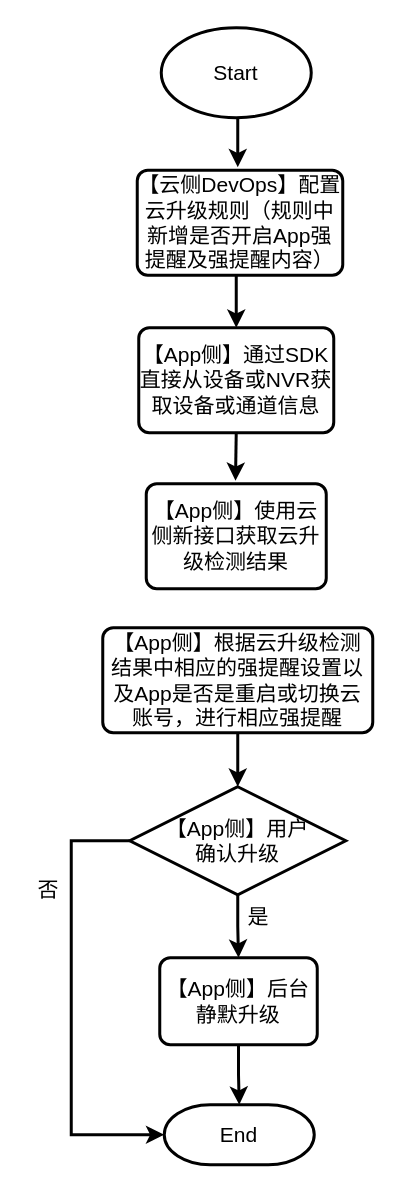
HuaHero/OnLineFaq keeps this draw.io diagram as App强升级提醒归一到升级规则方案流程图-Op5--对比.drawio. Above is the earlier version. Source tidied: cells renumbered, new cells numbered last; positions are measured from the earlier drawing's top-left corner, leaving out a move shared by most shapes. Both pictures are drawn from the tidied source at 150%, with x=0, y=0 at pixel (26, 27).
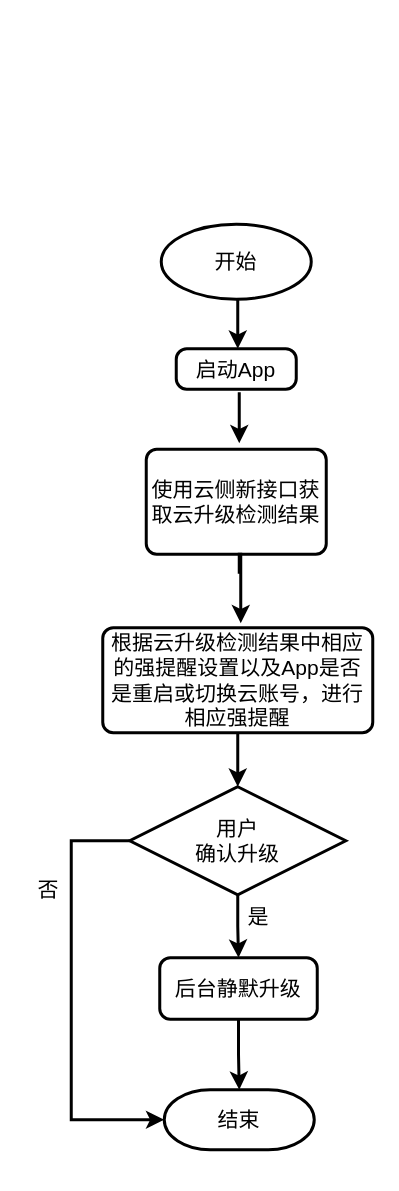
The same page after the edit.

Commit message:
更新App强升级提醒归一到升级规则方案流程图-Op5--对比.drawio

The edit, as a diff of the source:
```diff
@@
     <mxCell id="2" style="edgeStyle=orthogonalEdgeStyle;rounded=0;jettySize=auto;html=1;exitX=0.5;exitY=1;exitDx=0;exitDy=0;exitPerimeter=0;entryX=0.5;entryY=0;entryDx=0;entryDy=0;fontSize=14;strokeWidth=2;" parent="1" edge="1" source="3">
       <mxGeometry relative="1" as="geometry">
-        <mxPoint x="141" y="93" as="targetPoint" />
+        <mxPoint x="141" y="214" as="targetPoint" />
       </mxGeometry>
     </mxCell>
-    <mxCell id="3" value="Start" style="strokeWidth=2;html=1;shape=mxgraph.flowchart.start_1;whiteSpace=wrap;fontSize=14;" parent="1" vertex="1">
-      <mxGeometry x="90" width="100" height="60" as="geometry" />
+    <mxCell id="3" value="开始" style="strokeWidth=2;html=1;shape=mxgraph.flowchart.start_1;whiteSpace=wrap;fontSize=14;" parent="1" vertex="1">
+      <mxGeometry x="90" y="131" width="100" height="50" as="geometry" />
     </mxCell>
-    <mxCell id="4" value="【App侧】使用云侧新接口获取云升级检测结果" style="rounded=1;whiteSpace=wrap;html=1;absoluteArcSize=1;arcSize=14;strokeWidth=2;fontSize=14;" parent="1" vertex="1">
-      <mxGeometry x="80" y="304" width="120" height="70" as="geometry" />
+    <mxCell id="4" value="使用云侧新接口获取云升级检测结果" style="rounded=1;whiteSpace=wrap;html=1;absoluteArcSize=1;arcSize=14;strokeWidth=2;fontSize=14;" parent="1" vertex="1">
+      <mxGeometry x="80" y="281" width="120" height="70" as="geometry" />
     </mxCell>
-    <mxCell id="5" style="edgeStyle=orthogonalEdgeStyle;rounded=0;orthogonalLoop=1;jettySize=auto;html=1;exitX=0.5;exitY=1;exitDx=0;exitDy=0;exitPerimeter=0;entryX=0.5;entryY=0;entryDx=0;entryDy=0;entryPerimeter=0;fontSize=14;strokeWidth=2;" parent="1" edge="1">
-      <mxGeometry relative="1" as="geometry">
-        <mxPoint x="140" y="269" as="sourcePoint" />
-        <mxPoint x="139.5" y="302" as="targetPoint" />
-      </mxGeometry>
-    </mxCell>
-    <mxCell id="6" value="【App侧】根据云升级检测结果中相应的强提醒设置以及App是否是重启或切换云账号，进行相应强提醒" style="rounded=1;whiteSpace=wrap;html=1;absoluteArcSize=1;arcSize=14;strokeWidth=2;fontSize=14;" parent="1" vertex="1">
+    <mxCell id="6" value="根据云升级检测结果中相应的强提醒设置以及App是否是重启或切换云账号，进行相应强提醒" style="rounded=1;whiteSpace=wrap;html=1;absoluteArcSize=1;arcSize=14;strokeWidth=2;fontSize=14;" parent="1" vertex="1">
       <mxGeometry x="51" y="400" width="180" height="70" as="geometry" />
     </mxCell>
-    <mxCell id="7" style="edgeStyle=orthogonalEdgeStyle;rounded=0;orthogonalLoop=1;jettySize=auto;html=1;exitX=0.5;exitY=1;exitDx=0;exitDy=0;entryX=0.5;entryY=0;entryDx=0;entryDy=0;entryPerimeter=0;fontSize=14;strokeWidth=2;" parent="1" edge="1">
-      <mxGeometry relative="1" as="geometry">
-        <mxPoint x="141" y="163" as="sourcePoint" />
-        <mxPoint x="140" y="200" as="targetPoint" />
-      </mxGeometry>
-    </mxCell>
@@
-    <mxCell id="9" value="【App侧】用户&lt;div style=&quot;font-size: 14px;&quot;&gt;确认升级&lt;/div&gt;" style="strokeWidth=2;html=1;shape=mxgraph.flowchart.decision;whiteSpace=wrap;fontSize=14;" parent="1" vertex="1">
+    <mxCell id="9" value="用户&lt;div style=&quot;font-size: 14px;&quot;&gt;确认升级&lt;/div&gt;" style="strokeWidth=2;html=1;shape=mxgraph.flowchart.decision;whiteSpace=wrap;fontSize=14;" parent="1" vertex="1">
       <mxGeometry x="69" y="506" width="144" height="72" as="geometry" />
     </mxCell>
-    <mxCell id="10" value="End" style="strokeWidth=2;html=1;shape=mxgraph.flowchart.terminator;whiteSpace=wrap;fontSize=14;" parent="1" vertex="1">
-      <mxGeometry x="92" y="718" width="100" height="40" as="geometry" />
+    <mxCell id="10" value="结束" style="strokeWidth=2;html=1;shape=mxgraph.flowchart.terminator;whiteSpace=wrap;fontSize=14;" parent="1" vertex="1">
+      <mxGeometry x="92" y="708" width="100" height="40" as="geometry" />
     </mxCell>
-    <mxCell id="11" value="【App侧】后台静默升级" style="rounded=1;whiteSpace=wrap;html=1;absoluteArcSize=1;arcSize=14;strokeWidth=2;fontSize=14;" parent="1" vertex="1">
-      <mxGeometry x="89" y="620" width="105" height="58" as="geometry" />
+    <mxCell id="11" value="后台静默升级" style="rounded=1;whiteSpace=wrap;html=1;absoluteArcSize=1;arcSize=14;strokeWidth=2;fontSize=14;" parent="1" vertex="1">
+      <mxGeometry x="89" y="620" width="105" height="41" as="geometry" />
     </mxCell>
@@
-    <mxCell id="16" value="【云侧DevOps】配置云升级规则（规则中新增是否开启App强提醒及强提醒内容）" style="rounded=1;whiteSpace=wrap;html=1;absoluteArcSize=1;arcSize=14;strokeWidth=2;fontSize=14;" parent="1" vertex="1">
-      <mxGeometry x="74" y="95" width="137" height="70" as="geometry" />
-    </mxCell>
-    <mxCell id="17" value="【App侧】通过SDK直接从设备或NVR获取设备或通道信息" style="rounded=1;whiteSpace=wrap;html=1;absoluteArcSize=1;arcSize=14;strokeWidth=2;fontSize=14;" parent="1" vertex="1">
-      <mxGeometry x="75" y="200" width="130" height="70" as="geometry" />
-    </mxCell>
     <mxCell id="18" style="edgeStyle=orthogonalEdgeStyle;rounded=0;jettySize=auto;html=1;exitX=0;exitY=0.5;exitDx=0;exitDy=0;exitPerimeter=0;entryX=0;entryY=0.5;entryDx=0;entryDy=0;entryPerimeter=0;fontSize=14;strokeWidth=2;" parent="1" edge="1" source="9" target="10">
       <mxGeometry relative="1" as="geometry">
         <Array as="points">
           <mxPoint x="30" y="542" />
-          <mxPoint x="30" y="738" />
+          <mxPoint x="30" y="728" />
         </Array>
       </mxGeometry>
     </mxCell>
+    <mxCell id="19" value="启动App" style="rounded=1;whiteSpace=wrap;html=1;absoluteArcSize=1;arcSize=14;strokeWidth=2;fontSize=14;" parent="1" vertex="1">
+      <mxGeometry x="100" y="214" width="80" height="27" as="geometry" />
+    </mxCell>
+    <mxCell id="20" style="edgeStyle=orthogonalEdgeStyle;rounded=0;orthogonalLoop=1;jettySize=auto;html=1;exitX=0.5;exitY=1;exitDx=0;exitDy=0;exitPerimeter=0;entryX=0.5;entryY=0;entryDx=0;entryDy=0;fontSize=14;strokeWidth=2;" parent="1" edge="1">
+      <mxGeometry relative="1" as="geometry">
+        <mxPoint x="141" y="244" as="sourcePoint" />
+        <mxPoint x="142" y="277" as="targetPoint" />
+      </mxGeometry>
+    </mxCell>
+    <mxCell id="21" style="edgeStyle=orthogonalEdgeStyle;rounded=0;orthogonalLoop=1;jettySize=auto;html=1;exitX=0.5;exitY=1;exitDx=0;exitDy=0;exitPerimeter=0;entryX=0.5;entryY=0;entryDx=0;entryDy=0;fontSize=14;strokeWidth=2;" parent="1" edge="1">
+      <mxGeometry relative="1" as="geometry">
+        <mxPoint x="142" y="364" as="sourcePoint" />
+        <mxPoint x="143" y="397" as="targetPoint" />
+        <Array as="points">
+          <mxPoint x="142" y="351" />
+          <mxPoint x="143" y="351" />
+        </Array>
+      </mxGeometry>
+    </mxCell>
```
